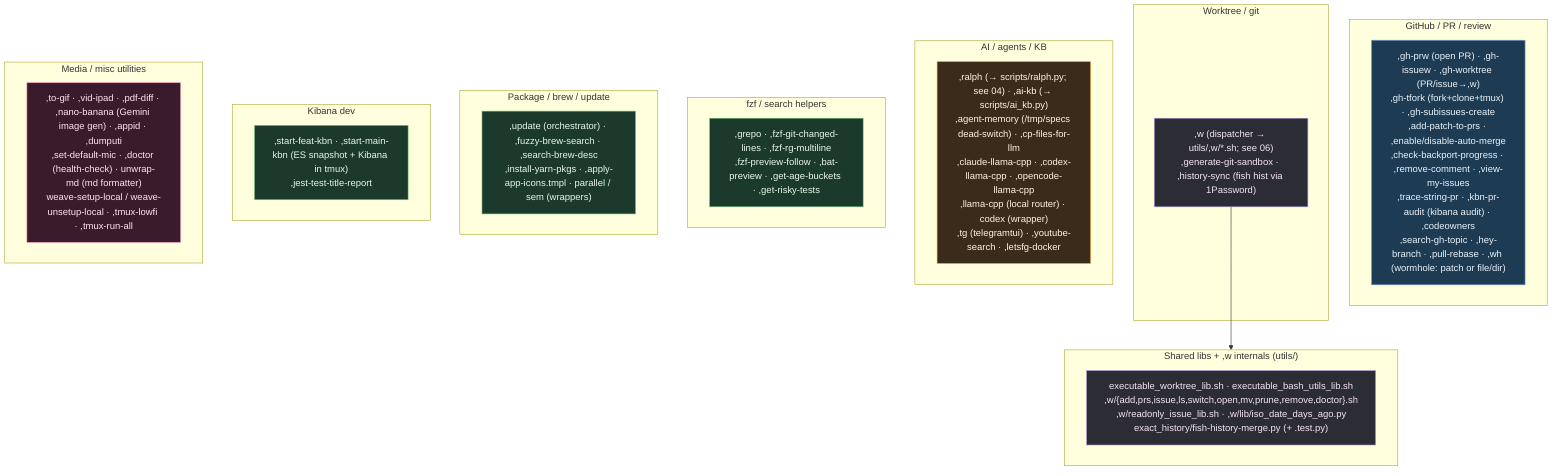
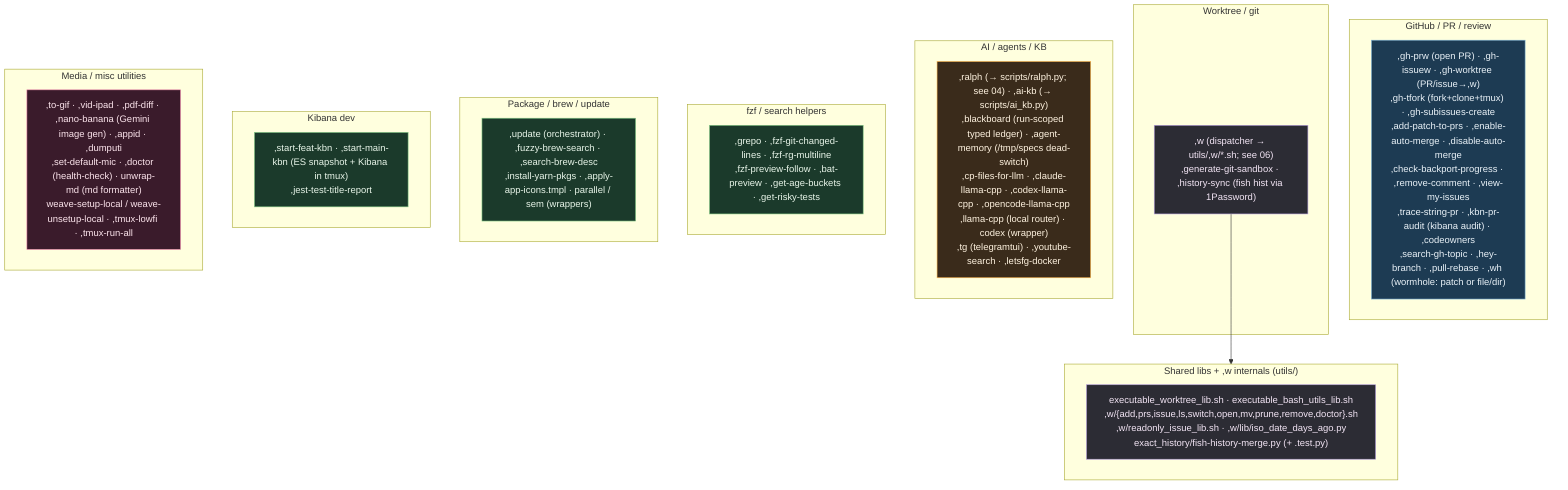
%% ============================================================================
%% 07c-bin-commands.mmd — Every script in home/exact_bin/ (81 incl. utils).
- %% executable_,* → ~/bin/,* (comma-prefixed user commands). A few are plain
- %% wrappers (parallel/sem/codex). Most have a fish completion (07) + some zsh.
+ %% executable_,* → ~/bin/,* (comma-prefixed user commands). verify-bin-surface
+ %% keeps each command covered by fish completions, docs, and this catalog.
%% ============================================================================
flowchart TB
    classDef gh fill:#1d3b53,stroke:#7fb3d5,color:#eaf2f8;
    classDef wt fill:#2c2c34,stroke:#b39ddb,color:#f3e5f5;
    classDef ai fill:#3a2b1b,stroke:#ffb74d,color:#fff3e0;
    classDef media fill:#3a1b2b,stroke:#f48fb1,color:#fce4ec;
    classDef sys fill:#1b3a2b,stroke:#81c784,color:#e8f5e9;

    subgraph GHC["GitHub / PR / review"]
-         G[",gh-prw (open PR) · ,gh-issuew · ,gh-worktree (PR/issue→,w)<br/>,gh-tfork (fork+clone+tmux) · ,gh-subissues-create<br/>,add-patch-to-prs · ,enable/disable-auto-merge<br/>,check-backport-progress · ,remove-comment · ,view-my-issues<br/>,trace-string-pr · ,kbn-pr-audit (kibana audit) · ,codeowners<br/>,search-gh-topic · ,hey-branch · ,pull-rebase · ,wh (wormhole: patch or file/dir)"]:::gh
+         G[",gh-prw (open PR) · ,gh-issuew · ,gh-worktree (PR/issue→,w)<br/>,gh-tfork (fork+clone+tmux) · ,gh-subissues-create<br/>,add-patch-to-prs · ,enable-auto-merge · ,disable-auto-merge<br/>,check-backport-progress · ,remove-comment · ,view-my-issues<br/>,trace-string-pr · ,kbn-pr-audit (kibana audit) · ,codeowners<br/>,search-gh-topic · ,hey-branch · ,pull-rebase · ,wh (wormhole: patch or file/dir)"]:::gh
    end

    subgraph WTC["Worktree / git"]
        W[",w (dispatcher → utils/,w/*.sh; see 06)<br/>,generate-git-sandbox · ,history-sync (fish hist via 1Password)"]:::wt
    end

    subgraph AIC["AI / agents / KB"]
-         A[",ralph (→ scripts/ralph.py; see 04) · ,ai-kb (→ scripts/ai_kb.py)<br/>,agent-memory (/tmp/specs dead-switch) · ,cp-files-for-llm<br/>,claude-llama-cpp · ,codex-llama-cpp · ,opencode-llama-cpp<br/>,llama-cpp (local router) · codex (wrapper)<br/>,tg (telegramtui) · ,youtube-search · ,letsfg-docker"]:::ai
+         A[",ralph (→ scripts/ralph.py; see 04) · ,ai-kb (→ scripts/ai_kb.py)<br/>,blackboard (run-scoped typed ledger) · ,agent-memory (/tmp/specs dead-switch)<br/>,cp-files-for-llm · ,claude-llama-cpp · ,codex-llama-cpp · ,opencode-llama-cpp<br/>,llama-cpp (local router) · codex (wrapper)<br/>,tg (telegramtui) · ,youtube-search · ,letsfg-docker"]:::ai
    end

    subgraph FZFC["fzf / search helpers"]
        F[",grepo · ,fzf-git-changed-lines · ,fzf-rg-multiline<br/>,fzf-preview-follow · ,bat-preview · ,get-age-buckets · ,get-risky-tests"]:::sys
    end

    subgraph PKGC["Package / brew / update"]
        P[",update (orchestrator) · ,fuzzy-brew-search · ,search-brew-desc<br/>,install-yarn-pkgs · ,apply-app-icons.tmpl · parallel / sem (wrappers)"]:::sys
    end

    subgraph KBNC["Kibana dev"]
        K[",start-feat-kbn · ,start-main-kbn (ES snapshot + Kibana in tmux)<br/>,jest-test-title-report"]:::sys
    end

    subgraph MEDIA["Media / misc utilities"]
        M[",to-gif · ,vid-ipad · ,pdf-diff · ,nano-banana (Gemini image gen) · ,appid · ,dumputi<br/>,set-default-mic · ,doctor (health-check) · unwrap-md (md formatter)<br/>weave-setup-local / weave-unsetup-local · ,tmux-lowfi · ,tmux-run-all"]:::media
    end

    subgraph LIBS["Shared libs + ,w internals (utils/)"]
        L["executable_worktree_lib.sh · executable_bash_utils_lib.sh<br/>,w/{add,prs,issue,ls,switch,open,mv,prune,remove,doctor}.sh<br/>,w/readonly_issue_lib.sh · ,w/lib/iso_date_days_ago.py<br/>exact_history/fish-history-merge.py (+ .test.py)"]:::wt
    end
    W --> LIBS
